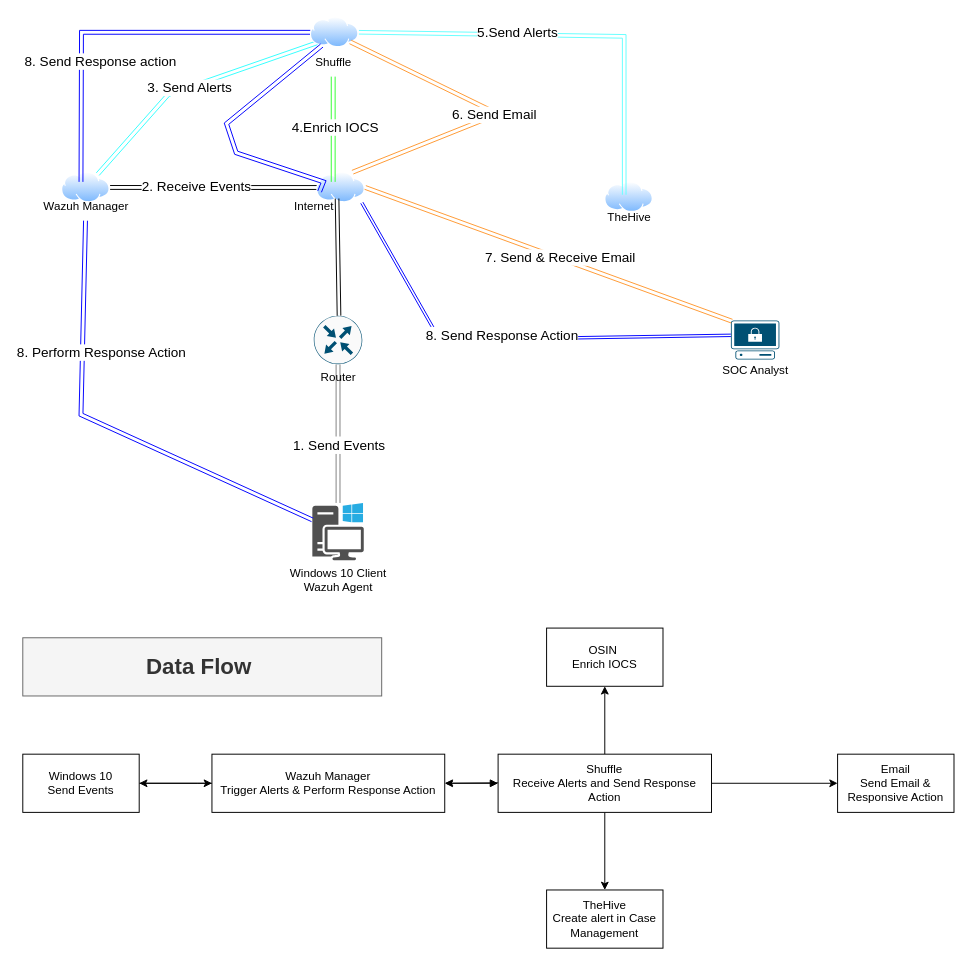
Jashan-Khaira/SOC-Automation-Project keeps this draw.io diagram as SOC-Automation.drawio. Above is the earlier version. Source tidied: cells renumbered, new cells numbered last; positions are measured from the earlier drawing's top-left corner, leaving out a move shared by most shapes. Both pictures are drawn from the tidied source at 97%, with x=0, y=0 at pixel (22, 16).
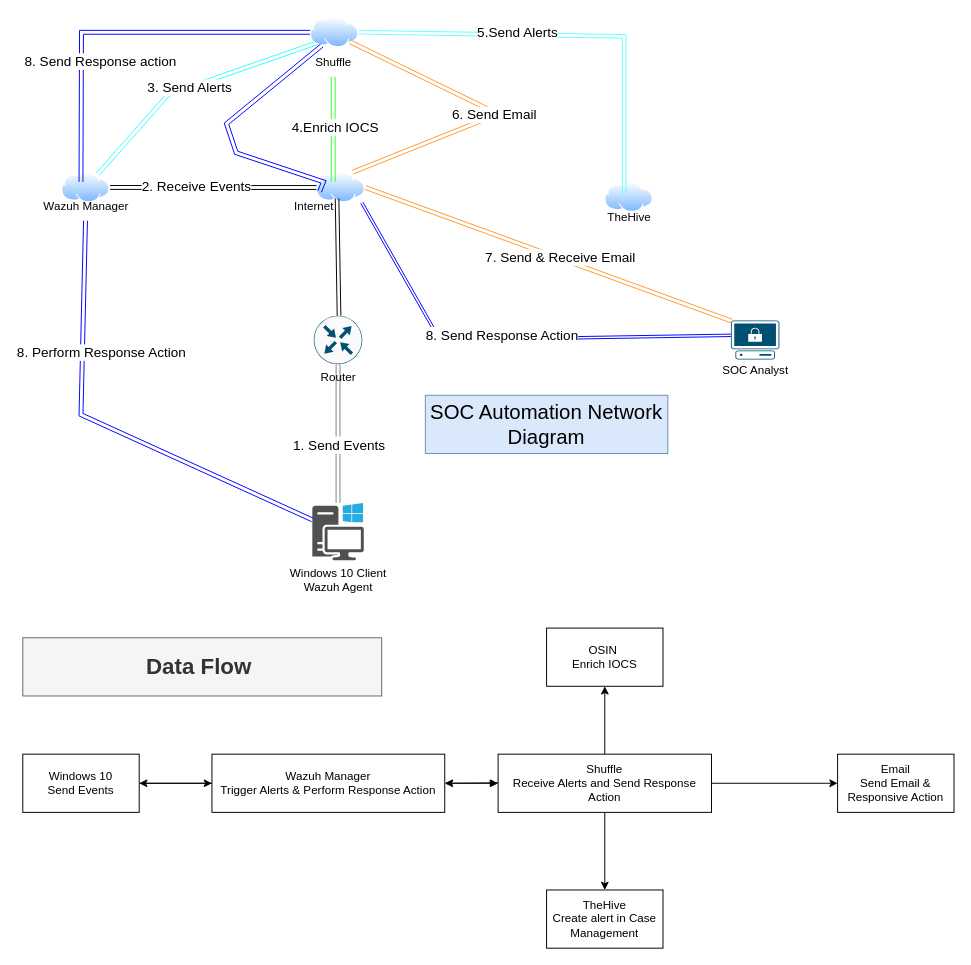
The same diagram, later.

Change to the diagram source:
```diff
@@
+    <mxCell id="52" value="&lt;font style=&quot;font-size: 21px;&quot;&gt;SOC Automation Network Diagram&lt;/font&gt;" style="whiteSpace=wrap;html=1;fillColor=#dae8fc;strokeColor=#6c8ebf;" parent="1" vertex="1">
+      <mxGeometry x="415" y="390" width="250" height="60" as="geometry" />
+    </mxCell>
```
